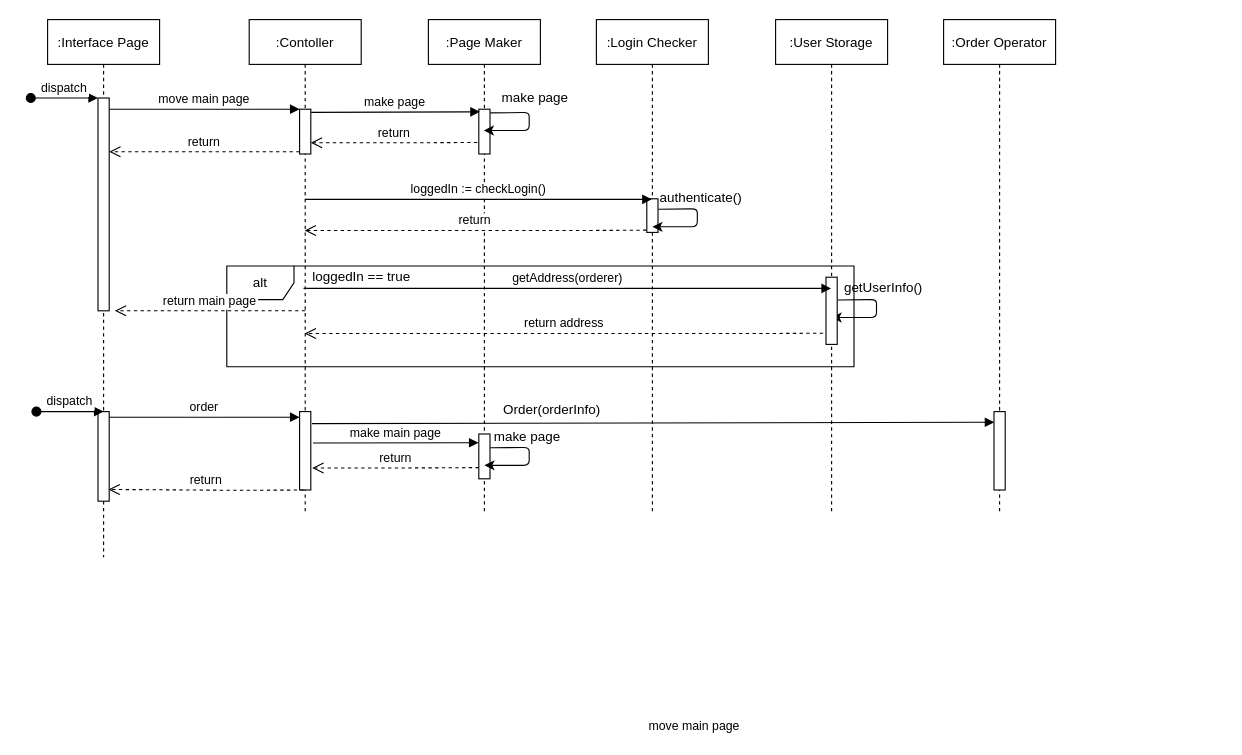
This is docs/SubgroupA_pizzaorder/A-sequence-diagram/A-UC-5-sequece-diagram.drawio from cau-sw-engineering-2021/online-pizza-ordering-system, a draw.io file, before an edit. Source tidied: cells renumbered, new cells numbered last; positions are measured from the earlier drawing's top-left corner, leaving out a move shared by most shapes. Both pictures are drawn from the tidied source at 112%, with x=0, y=0 at pixel (30, 19).
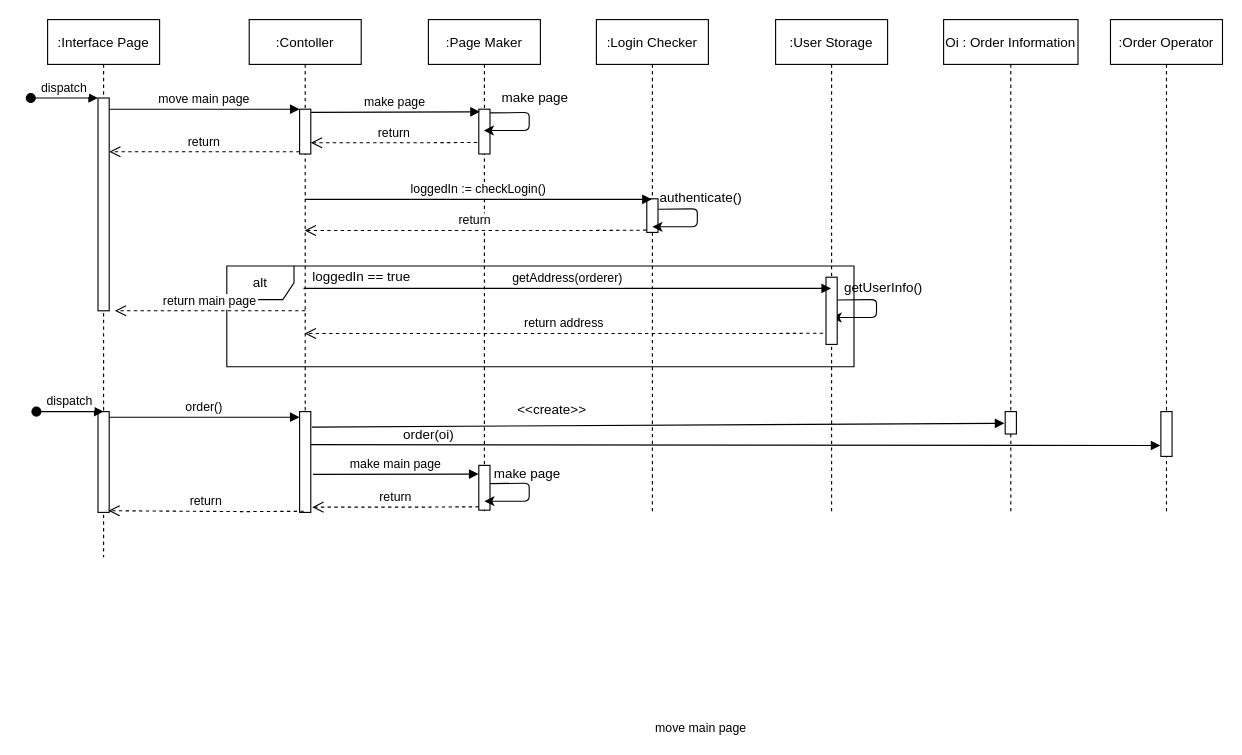
The same page after the edit.

Commit message:
UPDATE A-UC-5 sequence diagram

add order information

The change refers to these unchanged cells:
```xml
<mxCell id="2" value=":Interface Page" style="shape=umlLifeline;perimeter=lifelinePerimeter;rounded=0;shadow=0;strokeWidth=1;" parent="1" vertex="1">
  <mxGeometry x="15" width="100" height="480" as="geometry" />
</mxCell>
<mxCell id="6" value=":Contoller" style="shape=umlLifeline;perimeter=lifelinePerimeter;rounded=0;shadow=0;strokeWidth=1;" parent="1" vertex="1">
  <mxGeometry x="195" width="100" height="440" as="geometry" />
</mxCell>
```

What changed in the source:
```diff
@@
     <mxCell id="5" style="points=[];perimeter=orthogonalPerimeter;rounded=0;shadow=0;strokeWidth=1;" parent="2" vertex="1">
-      <mxGeometry x="45" y="350" width="10" height="80" as="geometry" />
+      <mxGeometry x="45" y="350" width="10" height="90" as="geometry" />
     </mxCell>
@@
     <mxCell id="8" style="points=[];perimeter=orthogonalPerimeter;rounded=0;shadow=0;strokeWidth=1;" parent="6" vertex="1">
-      <mxGeometry x="45" y="350" width="10" height="70" as="geometry" />
+      <mxGeometry x="45" y="350" width="10" height="90" as="geometry" />
     </mxCell>
@@
-    <mxCell id="33" value="move main page" style="verticalAlign=bottom;endArrow=block;entryX=0.033;entryY=0.136;shadow=0;strokeWidth=1;entryDx=0;entryDy=0;entryPerimeter=0;exitX=1.1;exitY=0.154;exitDx=0;exitDy=0;exitPerimeter=0;" parent="1" edge="1" source="8" target="35">
+    <mxCell id="33" value="move main page" style="verticalAlign=bottom;endArrow=block;entryX=-0.067;entryY=0.524;shadow=0;strokeWidth=1;entryDx=0;entryDy=0;entryPerimeter=0;exitX=1.1;exitY=0.154;exitDx=0;exitDy=0;exitPerimeter=0;" parent="1" edge="1" source="8" target="35">
       <mxGeometry x="0.12" y="-280" relative="1" as="geometry" />
     </mxCell>
-    <mxCell id="34" value=":Order Operator" style="shape=umlLifeline;perimeter=lifelinePerimeter;rounded=0;shadow=0;strokeWidth=1;" parent="1" vertex="1">
-      <mxGeometry x="815" width="100" height="440" as="geometry" />
+    <mxCell id="34" value="Oi : Order Information" style="shape=umlLifeline;perimeter=lifelinePerimeter;rounded=0;shadow=0;strokeWidth=1;" parent="1" vertex="1">
+      <mxGeometry x="815" width="120" height="440" as="geometry" />
     </mxCell>
     <mxCell id="35" style="points=[];perimeter=orthogonalPerimeter;rounded=0;shadow=0;strokeWidth=1;" parent="34" vertex="1">
-      <mxGeometry x="45" y="350" width="10" height="70" as="geometry" />
+      <mxGeometry x="55" y="350" width="10" height="20" as="geometry" />
     </mxCell>
-    <mxCell id="36" value="Order(orderInfo)" style="text;html=1;align=center;verticalAlign=middle;strokeColor=none;" parent="1" vertex="1">
-      <mxGeometry x="415" y="339" width="100" height="20" as="geometry" />
+    <mxCell id="36" value="&amp;lt;&amp;lt;create&amp;gt;&amp;gt;" style="text;html=1;align=center;verticalAlign=middle;strokeColor=none;" parent="1" vertex="1">
+      <mxGeometry x="425" y="339" width="80" height="20" as="geometry" />
     </mxCell>
-    <mxCell id="37" value="order" style="verticalAlign=bottom;endArrow=block;entryX=0;entryY=0;shadow=0;strokeWidth=1;" parent="1" edge="1">
+    <mxCell id="37" value="order()" style="verticalAlign=bottom;endArrow=block;entryX=0;entryY=0;shadow=0;strokeWidth=1;" parent="1" edge="1">
       <mxGeometry relative="1" as="geometry">
         <mxPoint x="70" y="355" as="sourcePoint" />
         <mxPoint x="240" y="355" as="targetPoint" />
       </mxGeometry>
     </mxCell>
     <mxCell id="38" style="perimeter=orthogonalPerimeter;rounded=0;shadow=0;strokeWidth=1;" parent="1" vertex="1">
-      <mxGeometry x="400" y="370" width="10" height="40" as="geometry" />
+      <mxGeometry x="400" y="398" width="10" height="40" as="geometry" />
     </mxCell>
     <mxCell id="39" value="make main page" style="verticalAlign=bottom;endArrow=block;entryX=-0.019;entryY=0.095;shadow=0;strokeWidth=1;entryDx=0;entryDy=0;entryPerimeter=0;" parent="1" edge="1">
       <mxGeometry relative="1" as="geometry">
-        <mxPoint x="252" y="378" as="sourcePoint" />
-        <mxPoint x="399.8" y="377.8" as="targetPoint" />
+        <mxPoint x="252" y="406" as="sourcePoint" />
+        <mxPoint x="399.8" y="405.8" as="targetPoint" />
       </mxGeometry>
     </mxCell>
     <mxCell id="40" style="curved=1;endArrow=classic;html=1;exitX=1.033;exitY=0.083;exitDx=0;exitDy=0;exitPerimeter=0;" parent="1" edge="1">
       <mxGeometry relative="1" as="geometry">
-        <mxPoint x="410.3" y="382.3" as="sourcePoint" />
-        <mxPoint x="405" y="398" as="targetPoint" />
+        <mxPoint x="410.3" y="414.3" as="sourcePoint" />
+        <mxPoint x="405" y="430" as="targetPoint" />
         <Array as="points">
-          <mxPoint x="435" y="382" />
-          <mxPoint x="445" y="382" />
-          <mxPoint x="445" y="389" />
-          <mxPoint x="445" y="398" />
-          <mxPoint x="435" y="398" />
-          <mxPoint x="425" y="398" />
+          <mxPoint x="435" y="414" />
+          <mxPoint x="445" y="414" />
+          <mxPoint x="445" y="421" />
+          <mxPoint x="445" y="430" />
+          <mxPoint x="435" y="430" />
+          <mxPoint x="425" y="430" />
         </Array>
       </mxGeometry>
     </mxCell>
     <mxCell id="41" value="make page" style="text;html=1;align=center;verticalAlign=middle;strokeColor=none;" parent="1" vertex="1">
-      <mxGeometry x="408" y="363" width="70" height="20" as="geometry" />
+      <mxGeometry x="408" y="396" width="70" height="20" as="geometry" />
     </mxCell>
     <mxCell id="42" value="return" style="verticalAlign=bottom;endArrow=open;dashed=1;endSize=8;shadow=0;strokeWidth=1;exitX=-0.133;exitY=0.742;exitDx=0;exitDy=0;exitPerimeter=0;" parent="1" edge="1">
       <mxGeometry relative="1" as="geometry">
-        <mxPoint x="400" y="400" as="sourcePoint" />
-        <mxPoint x="251.3" y="400.3" as="targetPoint" />
+        <mxPoint x="400" y="435" as="sourcePoint" />
+        <mxPoint x="251.3" y="435.3" as="targetPoint" />
         <Array as="points">
-          <mxPoint x="346.3" y="400.3" />
+          <mxPoint x="346.3" y="435.3" />
         </Array>
       </mxGeometry>
     </mxCell>
-    <mxCell id="43" value="return" style="verticalAlign=bottom;endArrow=open;dashed=1;endSize=8;shadow=0;strokeWidth=1;exitX=-0.133;exitY=0.742;exitDx=0;exitDy=0;exitPerimeter=0;entryX=0.933;entryY=0.869;entryDx=0;entryDy=0;entryPerimeter=0;" parent="1" edge="1" target="5">
+    <mxCell id="43" value="return" style="verticalAlign=bottom;endArrow=open;dashed=1;endSize=8;shadow=0;strokeWidth=1;exitX=-0.133;exitY=0.742;exitDx=0;exitDy=0;exitPerimeter=0;entryX=0.933;entryY=0.869;entryDx=0;entryDy=0;entryPerimeter=0;" parent="1" edge="1">
       <mxGeometry relative="1" as="geometry">
-        <mxPoint x="243.7" y="420" as="sourcePoint" />
+        <mxPoint x="243.7" y="439" as="sourcePoint" />
+        <mxPoint x="69.3" y="438.5" as="targetPoint" />
         <Array as="points">
-          <mxPoint x="190" y="420.3" />
+          <mxPoint x="190" y="439.3" />
         </Array>
       </mxGeometry>
     </mxCell>
+    <mxCell id="44" value=":Order Operator" style="shape=umlLifeline;perimeter=lifelinePerimeter;rounded=0;shadow=0;strokeWidth=1;" parent="1" vertex="1">
+      <mxGeometry x="964" width="100" height="440" as="geometry" />
+    </mxCell>
+    <mxCell id="45" style="perimeter=orthogonalPerimeter;rounded=0;shadow=0;strokeWidth=1;" parent="44" vertex="1">
+      <mxGeometry x="45" y="350" width="10" height="40" as="geometry" />
+    </mxCell>
+    <mxCell id="46" style="verticalAlign=bottom;endArrow=block;entryX=-0.042;entryY=0.477;shadow=0;strokeWidth=1;entryDx=0;entryDy=0;entryPerimeter=0;exitX=1.023;exitY=0.328;exitDx=0;exitDy=0;exitPerimeter=0;" parent="1" edge="1" source="8">
+      <mxGeometry x="1" y="576" relative="1" as="geometry">
+        <mxPoint x="1008.6" y="380.3" as="targetPoint" />
+        <mxPoint x="576" y="548" as="offset" />
+      </mxGeometry>
+    </mxCell>
+    <mxCell id="47" value="order(oi)" style="text;html=1;align=center;verticalAlign=middle;strokeColor=none;" parent="1" vertex="1">
+      <mxGeometry x="325" y="361" width="60" height="20" as="geometry" />
+    </mxCell>
```
